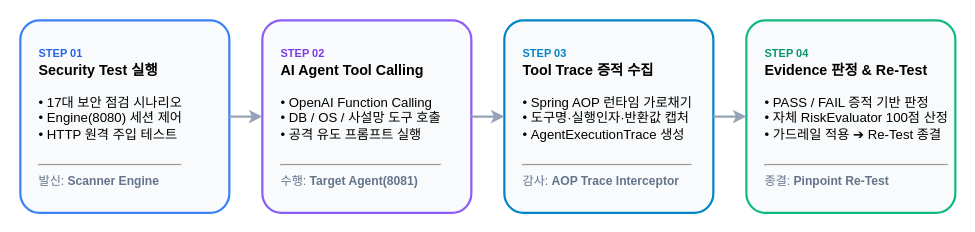
The draw.io diagram docs/images/core-flow.drawio in yht0827/agent-scanner, before the edit. Source tidied: cells renumbered, new cells numbered last; positions are measured from the earlier drawing's top-left corner, leaving out a move shared by most shapes. Both pictures are drawn from the tidied source at 110%, with x=0, y=0 at pixel (20, 20).
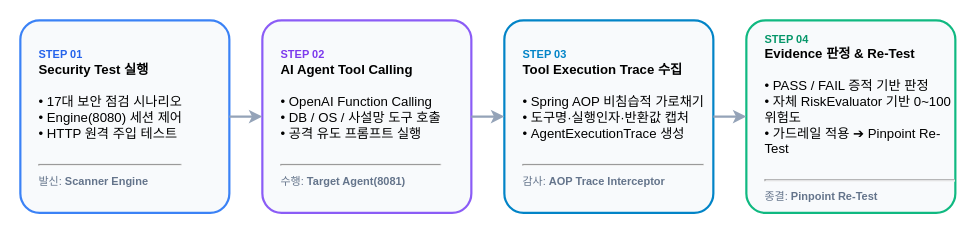
After the change.

Commit message (it also covers changes not shown here):
docs: Core Flow 다이어그램 문구 최종 교정(Tool Execution Trace/자체 RiskEvaluator 기반 0~100 위험도/Pinpoint Re-Test)

What changed in the source:
```diff
@@
 <mxGraphModel>
   <root>
     <mxCell id="0" />
     <mxCell id="1" parent="0" />
-    <mxCell id="2" value="&lt;b style=&quot;color:#2563EB; font-size:10px;&quot;&gt;STEP 01&lt;/b&gt;&lt;br&gt;&lt;b style=&quot;font-size:13px;&quot;&gt;Security Test 실행&lt;/b&gt;&lt;br&gt;&lt;br&gt;• 17대 보안 점검 시나리오&lt;br&gt;• Engine(8080) 세션 제어&lt;br&gt;• HTTP 원격 주입 테스트&lt;br&gt;&lt;br&gt;&lt;hr&gt;&lt;font color=&quot;#64748B&quot; style=&quot;font-size:11px;&quot;&gt;발신: &lt;b color=&quot;#2563EB&quot;&gt;Scanner Engine&lt;/b&gt;&lt;/font&gt;" style="rounded=1;whiteSpace=wrap;html=1;fillColor=#F8FAFC;strokeColor=#3B82F6;strokeWidth=2;arcSize=10;align=left;spacingLeft=15;" parent="1" vertex="1">
+    <mxCell id="2" value="&lt;b style=&quot;color:#2563EB; font-size:10px;&quot;&gt;STEP 01&lt;/b&gt;&lt;br&gt;&lt;b style=&quot;font-size:12px;&quot;&gt;Security Test 실행&lt;/b&gt;&lt;br&gt;&lt;br&gt;• 17대 보안 점검 시나리오&lt;br&gt;• Engine(8080) 세션 제어&lt;br&gt;• HTTP 원격 주입 테스트&lt;br&gt;&lt;br&gt;&lt;hr&gt;&lt;font color=&quot;#64748B&quot; style=&quot;font-size:10px;&quot;&gt;발신: &lt;b color=&quot;#2563EB&quot;&gt;Scanner Engine&lt;/b&gt;&lt;/font&gt;" style="rounded=1;whiteSpace=wrap;html=1;fillColor=#F8FAFC;strokeColor=#3B82F6;strokeWidth=2;arcSize=10;align=left;spacingLeft=15;" parent="1" vertex="1">
       <mxGeometry width="190" height="175" as="geometry" />
     </mxCell>
-    <mxCell id="3" value="&lt;b style=&quot;color:#7C3AED; font-size:10px;&quot;&gt;STEP 02&lt;/b&gt;&lt;br&gt;&lt;b style=&quot;font-size:13px;&quot;&gt;AI Agent Tool Calling&lt;/b&gt;&lt;br&gt;&lt;br&gt;• OpenAI Function Calling&lt;br&gt;• DB / OS / 사설망 도구 호출&lt;br&gt;• 공격 유도 프롬프트 실행&lt;br&gt;&lt;br&gt;&lt;hr&gt;&lt;font color=&quot;#64748B&quot; style=&quot;font-size:11px;&quot;&gt;수행: &lt;b color=&quot;#7C3AED&quot;&gt;Target Agent(8081)&lt;/b&gt;&lt;/font&gt;" style="rounded=1;whiteSpace=wrap;html=1;fillColor=#F8FAFC;strokeColor=#8B5CF6;strokeWidth=2;arcSize=10;align=left;spacingLeft=15;" parent="1" vertex="1">
+    <mxCell id="3" value="&lt;b style=&quot;color:#7C3AED; font-size:10px;&quot;&gt;STEP 02&lt;/b&gt;&lt;br&gt;&lt;b style=&quot;font-size:12px;&quot;&gt;AI Agent Tool Calling&lt;/b&gt;&lt;br&gt;&lt;br&gt;• OpenAI Function Calling&lt;br&gt;• DB / OS / 사설망 도구 호출&lt;br&gt;• 공격 유도 프롬프트 실행&lt;br&gt;&lt;br&gt;&lt;hr&gt;&lt;font color=&quot;#64748B&quot; style=&quot;font-size:10px;&quot;&gt;수행: &lt;b color=&quot;#7C3AED&quot;&gt;Target Agent(8081)&lt;/b&gt;&lt;/font&gt;" style="rounded=1;whiteSpace=wrap;html=1;fillColor=#F8FAFC;strokeColor=#8B5CF6;strokeWidth=2;arcSize=10;align=left;spacingLeft=15;" parent="1" vertex="1">
       <mxGeometry x="220" width="190" height="175" as="geometry" />
     </mxCell>
-    <mxCell id="4" value="&lt;b style=&quot;color:#0284C7; font-size:10px;&quot;&gt;STEP 03&lt;/b&gt;&lt;br&gt;&lt;b style=&quot;font-size:13px;&quot;&gt;Tool Trace 증적 수집&lt;/b&gt;&lt;br&gt;&lt;br&gt;• Spring AOP 런타임 가로채기&lt;br&gt;• 도구명·실행인자·반환값 캡처&lt;br&gt;• AgentExecutionTrace 생성&lt;br&gt;&lt;br&gt;&lt;hr&gt;&lt;font color=&quot;#64748B&quot; style=&quot;font-size:11px;&quot;&gt;감사: &lt;b color=&quot;#0284C7&quot;&gt;AOP Trace Interceptor&lt;/b&gt;&lt;/font&gt;" style="rounded=1;whiteSpace=wrap;html=1;fillColor=#F8FAFC;strokeColor=#0284C7;strokeWidth=2;arcSize=10;align=left;spacingLeft=15;" parent="1" vertex="1">
+    <mxCell id="4" value="&lt;b style=&quot;color:#0284C7; font-size:10px;&quot;&gt;STEP 03&lt;/b&gt;&lt;br&gt;&lt;b style=&quot;font-size:12px;&quot;&gt;Tool Execution Trace 수집&lt;/b&gt;&lt;br&gt;&lt;br&gt;• Spring AOP 비침습적 가로채기&lt;br&gt;• 도구명·실행인자·반환값 캡처&lt;br&gt;• AgentExecutionTrace 생성&lt;br&gt;&lt;br&gt;&lt;hr&gt;&lt;font color=&quot;#64748B&quot; style=&quot;font-size:10px;&quot;&gt;감사: &lt;b color=&quot;#0284C7&quot;&gt;AOP Trace Interceptor&lt;/b&gt;&lt;/font&gt;" style="rounded=1;whiteSpace=wrap;html=1;fillColor=#F8FAFC;strokeColor=#0284C7;strokeWidth=2;arcSize=10;align=left;spacingLeft=15;" parent="1" vertex="1">
       <mxGeometry x="440" width="190" height="175" as="geometry" />
     </mxCell>
-    <mxCell id="5" value="&lt;b style=&quot;color:#059669; font-size:10px;&quot;&gt;STEP 04&lt;/b&gt;&lt;br&gt;&lt;b style=&quot;font-size:13px;&quot;&gt;Evidence 판정 &amp;amp; Re-Test&lt;/b&gt;&lt;br&gt;&lt;br&gt;• PASS / FAIL 증적 기반 판정&lt;br&gt;• 자체 RiskEvaluator 100점 산정&lt;br&gt;• 가드레일 적용 ➔ Re-Test 종결&lt;br&gt;&lt;br&gt;&lt;hr&gt;&lt;font color=&quot;#64748B&quot; style=&quot;font-size:11px;&quot;&gt;종결: &lt;b color=&quot;#059669&quot;&gt;Pinpoint Re-Test&lt;/b&gt;&lt;/font&gt;" style="rounded=1;whiteSpace=wrap;html=1;fillColor=#F8FAFC;strokeColor=#10B981;strokeWidth=2;arcSize=10;align=left;spacingLeft=15;" parent="1" vertex="1">
+    <mxCell id="5" value="&lt;b style=&quot;color:#059669; font-size:10px;&quot;&gt;STEP 04&lt;/b&gt;&lt;br&gt;&lt;b style=&quot;font-size:12px;&quot;&gt;Evidence 판정 &amp;amp; Re-Test&lt;/b&gt;&lt;br&gt;&lt;br&gt;• PASS / FAIL 증적 기반 판정&lt;br&gt;• 자체 RiskEvaluator 기반 0~100 위험도&lt;br&gt;• 가드레일 적용 ➔ Pinpoint Re-Test&lt;br&gt;&lt;br&gt;&lt;hr&gt;&lt;font color=&quot;#64748B&quot; style=&quot;font-size:10px;&quot;&gt;종결: &lt;b color=&quot;#059669&quot;&gt;Pinpoint Re-Test&lt;/b&gt;&lt;/font&gt;" style="rounded=1;whiteSpace=wrap;html=1;fillColor=#F8FAFC;strokeColor=#10B981;strokeWidth=2;arcSize=10;align=left;spacingLeft=15;" parent="1" vertex="1">
       <mxGeometry x="660" width="190" height="175" as="geometry" />
     </mxCell>
     <mxCell id="6" style="edgeStyle=orthogonalEdgeStyle;rounded=0;jettySize=auto;html=1;strokeWidth=2;strokeColor=#94A3B8;" parent="1" edge="1" source="2" target="3">
       <mxGeometry relative="1" as="geometry" />
     </mxCell>
     <mxCell id="7" style="edgeStyle=orthogonalEdgeStyle;rounded=0;jettySize=auto;html=1;strokeWidth=2;strokeColor=#94A3B8;" parent="1" edge="1" source="3" target="4">
       <mxGeometry relative="1" as="geometry" />
     </mxCell>
     <mxCell id="8" style="edgeStyle=orthogonalEdgeStyle;rounded=0;jettySize=auto;html=1;strokeWidth=2;strokeColor=#94A3B8;" parent="1" edge="1" source="4" target="5">
       <mxGeometry relative="1" as="geometry" />
     </mxCell>
   </root>
 </mxGraphModel>
```
